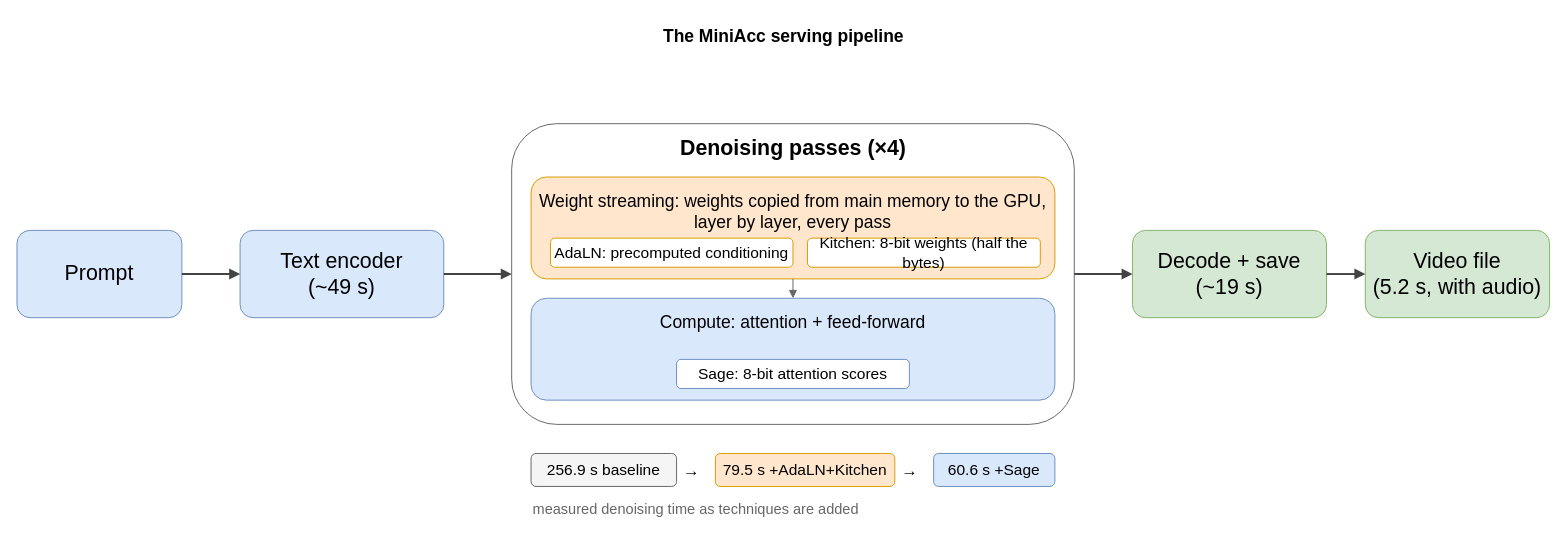
The draw.io diagram assets/images/blog/miniacc/pipeline-diagram.drawio in TY-Yang3015/TY-Yang3015.github.io, before the edit. Source tidied: cells renumbered, new cells numbered last; positions are measured from the earlier drawing's top-left corner, leaving out a move shared by most shapes. Both pictures are drawn from the tidied source at 97%, with x=0, y=0 at pixel (16, 16).
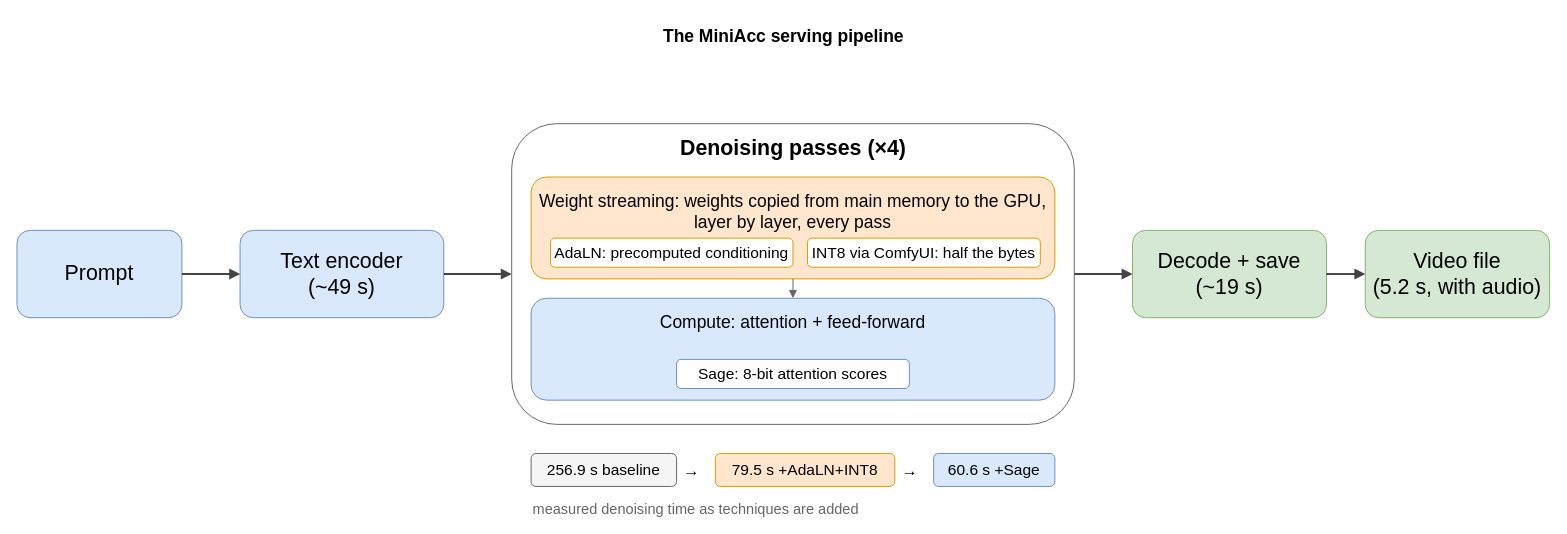
The same diagram, later.

What changed in the source:
```diff
@@
-    <mxCell id="9" value="Kitchen: 8-bit weights (half the bytes)" style="rounded=1;whiteSpace=wrap;html=1;fillColor=#ffffff;strokeColor=#d79b00;fontSize=16;align=center;verticalAlign=middle;" parent="1" vertex="1">
+    <mxCell id="9" value="INT8 via ComfyUI: half the bytes" style="rounded=1;whiteSpace=wrap;html=1;fillColor=#ffffff;strokeColor=#d79b00;fontSize=16;align=center;verticalAlign=middle;" parent="1" vertex="1">
       <mxGeometry x="815" y="228" width="240" height="30" as="geometry" />
     </mxCell>
@@
-    <mxCell id="21" value="79.5 s +AdaLN+Kitchen" style="rounded=1;whiteSpace=wrap;html=1;fillColor=#ffe6cc;strokeColor=#d79b00;fontSize=16;" parent="1" vertex="1">
+    <mxCell id="21" value="79.5 s +AdaLN+INT8" style="rounded=1;whiteSpace=wrap;html=1;fillColor=#ffe6cc;strokeColor=#d79b00;fontSize=16;" parent="1" vertex="1">
       <mxGeometry x="720" y="450" width="185" height="34" as="geometry" />
     </mxCell>
```
